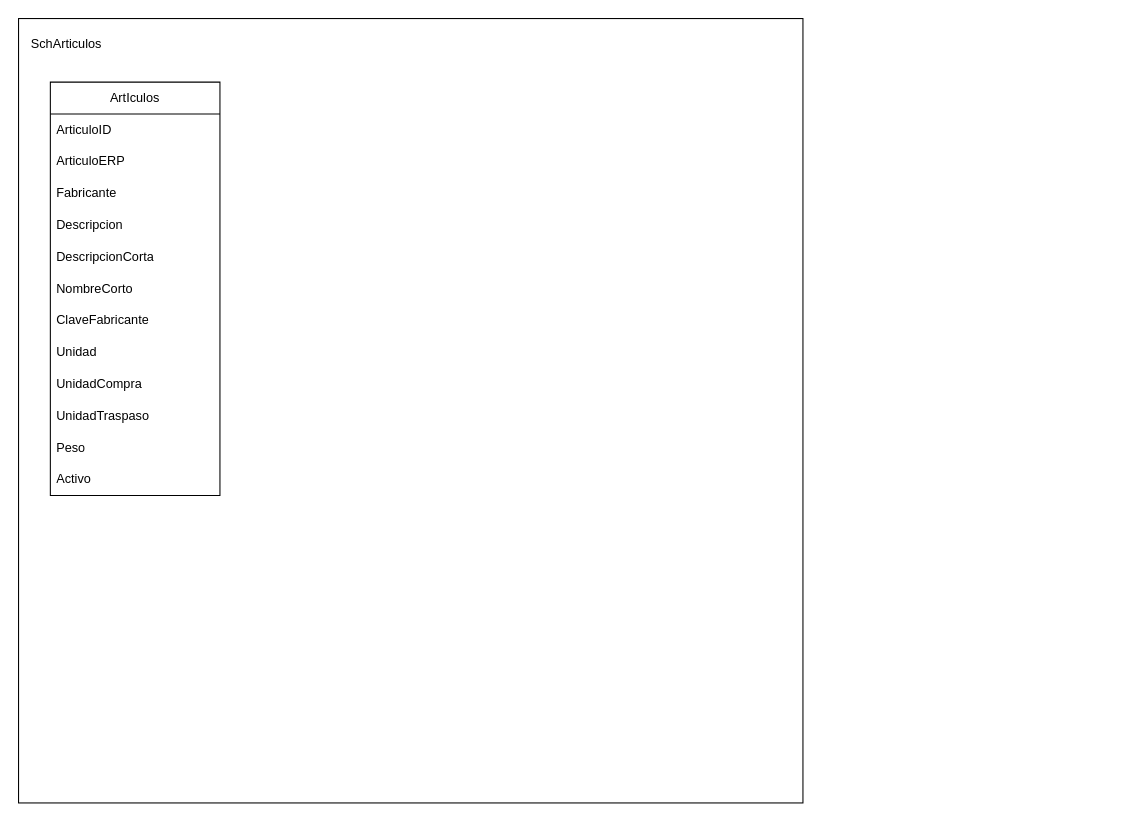
Earlier version of the draw.io diagram TiendaEnLinea.drawio (axelnfs/BlogMD). Source tidied: cells renumbered, new cells numbered last; positions are measured from the earlier drawing's top-left corner, leaving out a move shared by most shapes. Both pictures are drawn from the tidied source at 106%, with x=0, y=0 at pixel (18, 18).
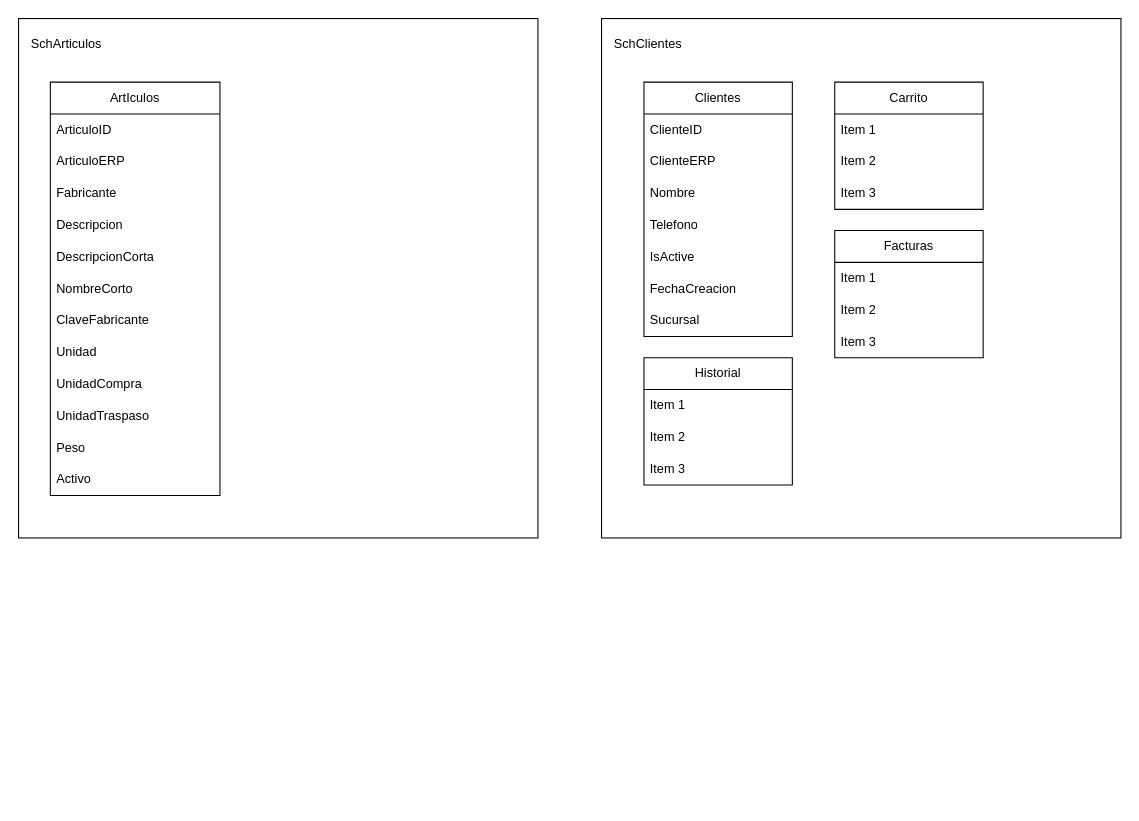
Above is the later version.

The edit, as a diff of the source:
```diff
@@
     <mxCell id="2" style="whiteSpace=wrap;html=1;" parent="1" vertex="1">
-      <mxGeometry width="740" height="740" as="geometry" />
+      <mxGeometry width="490" height="490" as="geometry" />
     </mxCell>
@@
+    <mxCell id="17" style="whiteSpace=wrap;html=1;" parent="1" vertex="1">
+      <mxGeometry x="550" width="490" height="490" as="geometry" />
+    </mxCell>
+    <mxCell id="18" value="&lt;div&gt;Clientes&lt;/div&gt;" style="swimlane;fontStyle=0;horizontal=1;startSize=30;whiteSpace=wrap;html=1;" parent="1" vertex="1">
+      <mxGeometry x="590" y="60" width="140" height="240" as="geometry" />
+    </mxCell>
+    <mxCell id="19" value="ClienteID" style="text;strokeColor=none;fillColor=none;align=left;verticalAlign=middle;spacingLeft=4;spacingRight=4;overflow=hidden;whiteSpace=wrap;html=1;" parent="18" vertex="1">
+      <mxGeometry y="30" width="140" height="30" as="geometry" />
+    </mxCell>
+    <mxCell id="20" value="ClienteERP" style="text;strokeColor=none;fillColor=none;align=left;verticalAlign=middle;spacingLeft=4;spacingRight=4;overflow=hidden;whiteSpace=wrap;html=1;" parent="18" vertex="1">
+      <mxGeometry y="60" width="140" height="30" as="geometry" />
+    </mxCell>
+    <mxCell id="21" value="Nombre" style="text;strokeColor=none;fillColor=none;align=left;verticalAlign=middle;spacingLeft=4;spacingRight=4;overflow=hidden;whiteSpace=wrap;html=1;" parent="18" vertex="1">
+      <mxGeometry y="90" width="140" height="30" as="geometry" />
+    </mxCell>
+    <mxCell id="22" value="Telefono" style="text;strokeColor=none;fillColor=none;align=left;verticalAlign=middle;spacingLeft=4;spacingRight=4;overflow=hidden;whiteSpace=wrap;html=1;" parent="18" vertex="1">
+      <mxGeometry y="120" width="140" height="30" as="geometry" />
+    </mxCell>
+    <mxCell id="23" value="IsActive" style="text;strokeColor=none;fillColor=none;align=left;verticalAlign=middle;spacingLeft=4;spacingRight=4;overflow=hidden;whiteSpace=wrap;html=1;" parent="18" vertex="1">
+      <mxGeometry y="150" width="140" height="30" as="geometry" />
+    </mxCell>
+    <mxCell id="24" value="FechaCreacion" style="text;strokeColor=none;fillColor=none;align=left;verticalAlign=middle;spacingLeft=4;spacingRight=4;overflow=hidden;whiteSpace=wrap;html=1;" parent="18" vertex="1">
+      <mxGeometry y="180" width="140" height="30" as="geometry" />
+    </mxCell>
+    <mxCell id="25" value="Sucursal" style="text;strokeColor=none;fillColor=none;align=left;verticalAlign=middle;spacingLeft=4;spacingRight=4;overflow=hidden;whiteSpace=wrap;html=1;" parent="18" vertex="1">
+      <mxGeometry y="210" width="140" height="30" as="geometry" />
+    </mxCell>
+    <mxCell id="26" value="&lt;div&gt;SchClientes&lt;/div&gt;" style="text;html=1;whiteSpace=wrap;overflow=hidden;rounded=0;" parent="1" vertex="1">
+      <mxGeometry x="560" y="10" width="90" height="30" as="geometry" />
+    </mxCell>
+    <mxCell id="27" value="&lt;div&gt;Carrito&lt;/div&gt;" style="swimlane;fontStyle=0;horizontal=1;startSize=30;whiteSpace=wrap;html=1;" parent="1" vertex="1">
+      <mxGeometry x="770" y="60" width="140" height="120" as="geometry" />
+    </mxCell>
+    <mxCell id="28" value="Item 1" style="text;strokeColor=none;fillColor=none;align=left;verticalAlign=middle;spacingLeft=4;spacingRight=4;overflow=hidden;whiteSpace=wrap;html=1;" parent="27" vertex="1">
+      <mxGeometry y="30" width="140" height="30" as="geometry" />
+    </mxCell>
+    <mxCell id="29" value="Item 2" style="text;strokeColor=none;fillColor=none;align=left;verticalAlign=middle;spacingLeft=4;spacingRight=4;overflow=hidden;whiteSpace=wrap;html=1;" parent="27" vertex="1">
+      <mxGeometry y="60" width="140" height="30" as="geometry" />
+    </mxCell>
+    <mxCell id="30" value="Item 3" style="text;strokeColor=none;fillColor=none;align=left;verticalAlign=middle;spacingLeft=4;spacingRight=4;overflow=hidden;whiteSpace=wrap;html=1;" parent="27" vertex="1">
+      <mxGeometry y="90" width="140" height="30" as="geometry" />
+    </mxCell>
+    <mxCell id="31" value="Facturas" style="swimlane;fontStyle=0;horizontal=1;startSize=30;whiteSpace=wrap;html=1;" parent="1" vertex="1">
+      <mxGeometry x="770" y="200" width="140" height="120" as="geometry" />
+    </mxCell>
+    <mxCell id="32" value="Item 1" style="text;strokeColor=none;fillColor=none;align=left;verticalAlign=middle;spacingLeft=4;spacingRight=4;overflow=hidden;whiteSpace=wrap;html=1;" parent="31" vertex="1">
+      <mxGeometry y="30" width="140" height="30" as="geometry" />
+    </mxCell>
+    <mxCell id="33" value="Item 2" style="text;strokeColor=none;fillColor=none;align=left;verticalAlign=middle;spacingLeft=4;spacingRight=4;overflow=hidden;whiteSpace=wrap;html=1;" parent="31" vertex="1">
+      <mxGeometry y="60" width="140" height="30" as="geometry" />
+    </mxCell>
+    <mxCell id="34" value="Item 3" style="text;strokeColor=none;fillColor=none;align=left;verticalAlign=middle;spacingLeft=4;spacingRight=4;overflow=hidden;whiteSpace=wrap;html=1;" parent="31" vertex="1">
+      <mxGeometry y="90" width="140" height="30" as="geometry" />
+    </mxCell>
+    <mxCell id="35" value="&lt;div&gt;Historial&lt;/div&gt;" style="swimlane;fontStyle=0;horizontal=1;startSize=30;whiteSpace=wrap;html=1;" parent="1" vertex="1">
+      <mxGeometry x="590" y="320" width="140" height="120" as="geometry" />
+    </mxCell>
+    <mxCell id="36" value="Item 1" style="text;strokeColor=none;fillColor=none;align=left;verticalAlign=middle;spacingLeft=4;spacingRight=4;overflow=hidden;whiteSpace=wrap;html=1;" parent="35" vertex="1">
+      <mxGeometry y="30" width="140" height="30" as="geometry" />
+    </mxCell>
+    <mxCell id="37" value="Item 2" style="text;strokeColor=none;fillColor=none;align=left;verticalAlign=middle;spacingLeft=4;spacingRight=4;overflow=hidden;whiteSpace=wrap;html=1;" parent="35" vertex="1">
+      <mxGeometry y="60" width="140" height="30" as="geometry" />
+    </mxCell>
+    <mxCell id="38" value="Item 3" style="text;strokeColor=none;fillColor=none;align=left;verticalAlign=middle;spacingLeft=4;spacingRight=4;overflow=hidden;whiteSpace=wrap;html=1;" parent="35" vertex="1">
+      <mxGeometry y="90" width="140" height="30" as="geometry" />
+    </mxCell>
```
